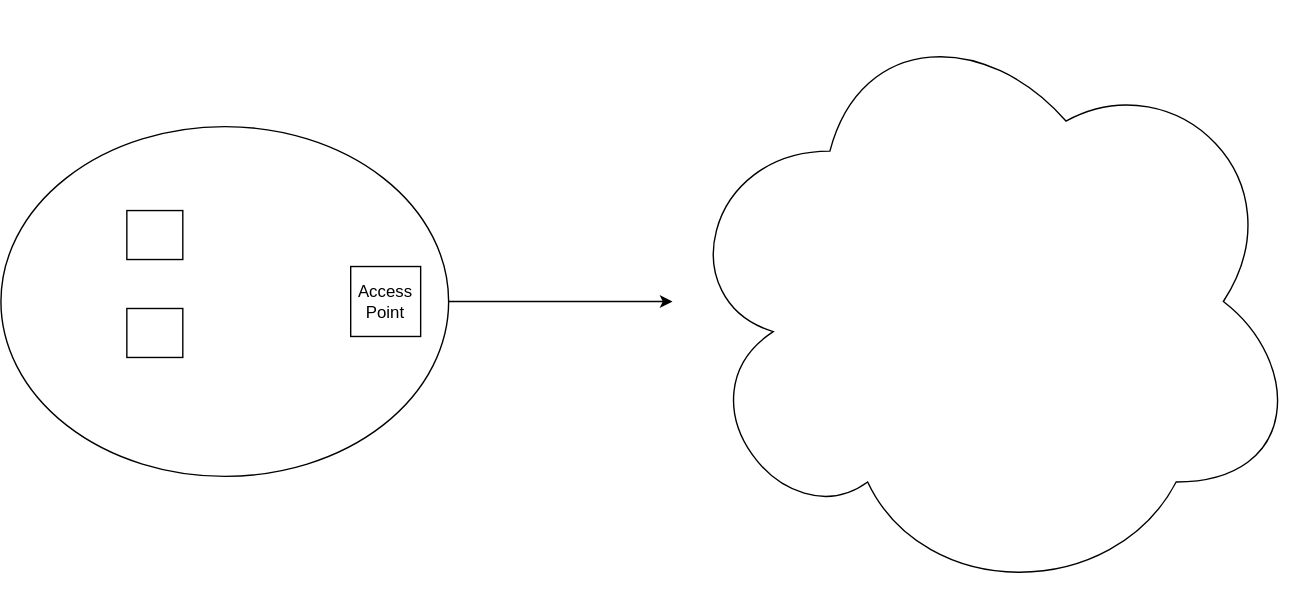
The draw.io diagram officenetworksetup.svg in vjavle/invoicecloud, before a commit. Source tidied: cells renumbered, new cells last; positions are measured from the earlier drawing's top-left corner, leaving out a move shared by most shapes.
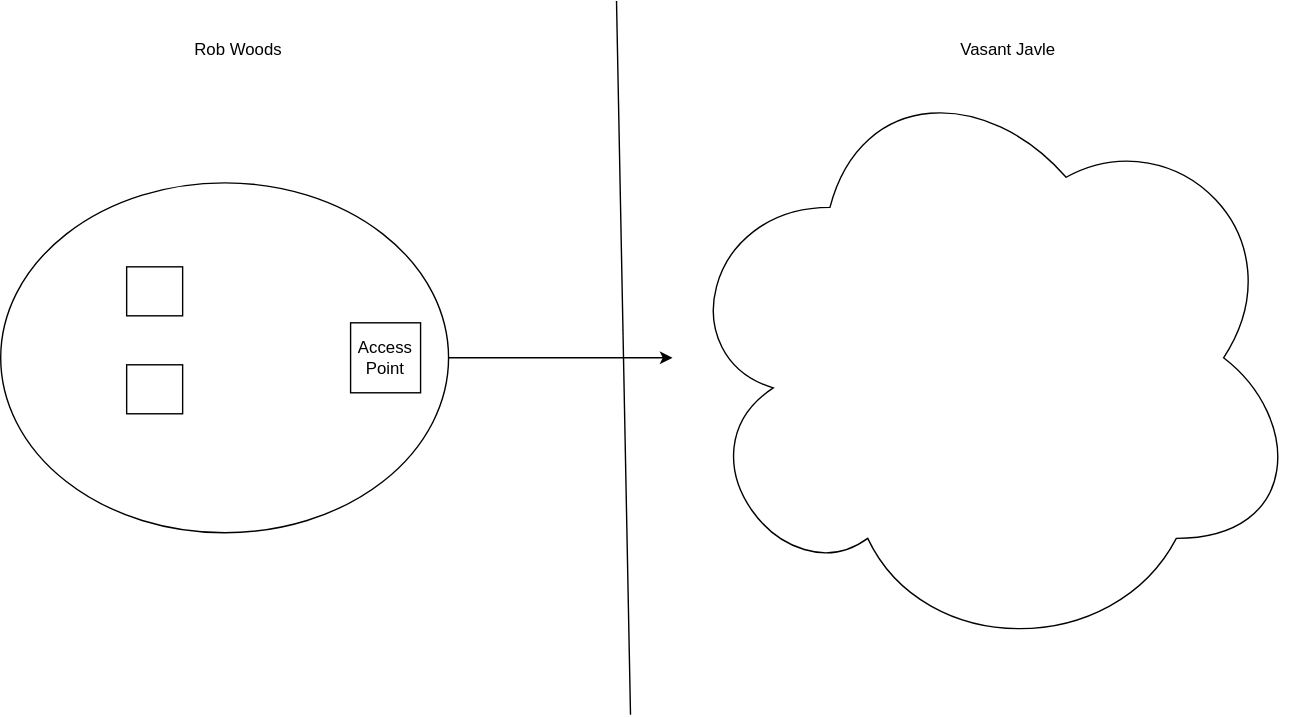
After the change.

Change to the diagram source:
```diff
@@ -20,5 +20,17 @@
     <mxCell id="7" value="Access Point" style="whiteSpace=wrap;html=1;" parent="1" vertex="1">
       <mxGeometry x="250" y="190" width="50" height="50" as="geometry" />
     </mxCell>
+    <mxCell id="8" style="endArrow=none;html=1;rounded=0;" parent="1" edge="1">
+      <mxGeometry relative="1" as="geometry">
+        <mxPoint x="450" y="470" as="sourcePoint" />
+        <mxPoint x="440" y="-40" as="targetPoint" />
+      </mxGeometry>
+    </mxCell>
+    <mxCell id="9" value="Rob Woods" style="text;html=1;strokeColor=none;fillColor=none;align=center;verticalAlign=middle;whiteSpace=wrap;rounded=0;" parent="1" vertex="1">
+      <mxGeometry x="30" y="-20" width="280" height="30" as="geometry" />
+    </mxCell>
+    <mxCell id="10" value="Vasant Javle" style="text;html=1;strokeColor=none;fillColor=none;align=center;verticalAlign=middle;whiteSpace=wrap;rounded=0;" parent="1" vertex="1">
+      <mxGeometry x="580" y="-20" width="280" height="30" as="geometry" />
+    </mxCell>
   </root>
 </mxGraphModel>
```
